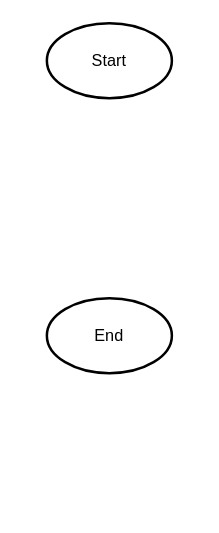
This is Flowchart.drawio from reijiren/Ankasa-Ticketing, a draw.io file, before an edit. Source tidied: cells renumbered, new cells numbered last; positions are measured from the earlier drawing's top-left corner, leaving out a move shared by most shapes. Both pictures are drawn from the tidied source at 125%, with x=0, y=0 at pixel (46, 22).
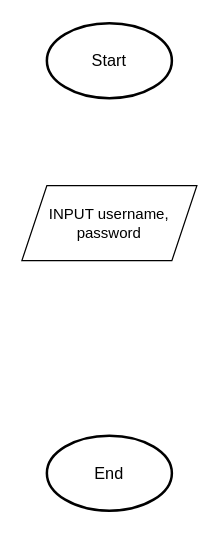
Above is the later version.

Diff of the diagram source:
```diff
@@
 <mxGraphModel>
   <root>
     <mxCell id="0" />
     <mxCell id="1" parent="0" />
     <mxCell id="2" value="&lt;font style=&quot;font-size: 13px&quot;&gt;Start&lt;/font&gt;" style="strokeWidth=2;html=1;shape=mxgraph.flowchart.start_1;whiteSpace=wrap;" parent="1" vertex="1">
       <mxGeometry width="100" height="60" as="geometry" />
     </mxCell>
     <mxCell id="3" value="&lt;font style=&quot;font-size: 13px&quot;&gt;End&lt;/font&gt;" style="strokeWidth=2;html=1;shape=mxgraph.flowchart.start_1;whiteSpace=wrap;" parent="1" vertex="1">
-      <mxGeometry y="220" width="100" height="60" as="geometry" />
+      <mxGeometry y="330" width="100" height="60" as="geometry" />
     </mxCell>
+    <mxCell id="4" value="INPUT username, password" style="shape=parallelogram;perimeter=parallelogramPerimeter;whiteSpace=wrap;html=1;fixedSize=1;" parent="1" vertex="1">
+      <mxGeometry x="-20" y="130" width="140" height="60" as="geometry" />
+    </mxCell>
   </root>
 </mxGraphModel>
```
